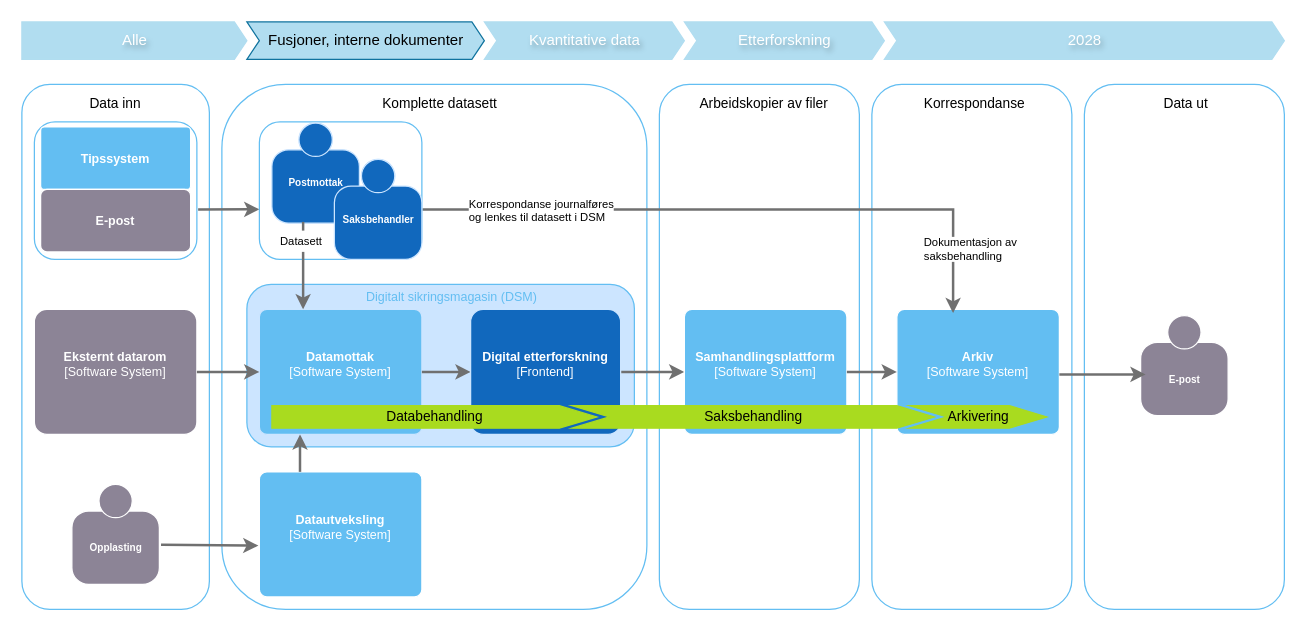
Before: page "2026 Fusjoner, interne dokumenter" (3 of 9) of dataflyt.drawio in mortenee/draw.io, a draw.io diagram. Source tidied: cells renumbered, new cells numbered last; positions are measured from the earlier drawing's top-left corner, leaving out a move shared by most shapes. Both pictures are drawn from the tidied source at 125%, with x=0, y=0 at pixel (21, 21).
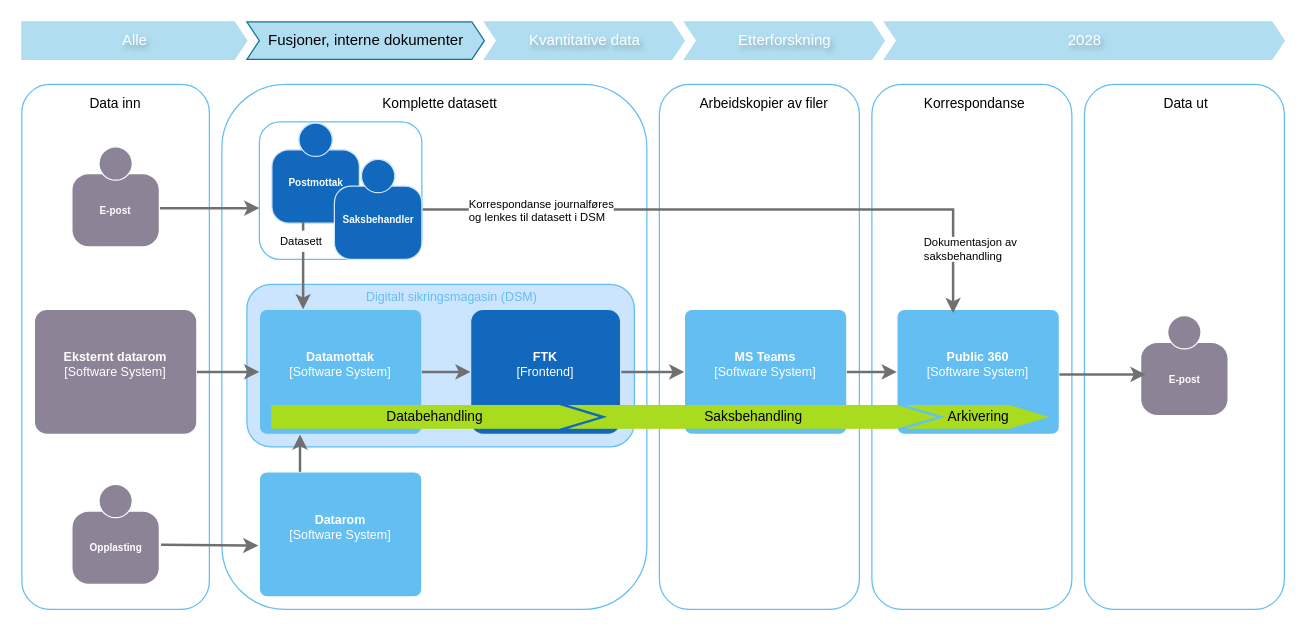
The same page after the edit.

The change refers to these unchanged cells:
```xml
<mxCell id="37" style="rounded=1;whiteSpace=wrap;html=1;labelBorderColor=none;shadow=0;strokeColor=#63BEF2;" parent="1" vertex="1">
  <mxGeometry x="190" y="80" width="130" height="110" as="geometry" />
</mxCell>
```

What changed in the source:
```diff
@@
-    <object id="7" label="&lt;b&gt;%c4Name%&lt;/b&gt;&lt;div&gt;[%c4Type%]&lt;/div&gt;&lt;br&gt;&lt;div&gt;%c4Description%&lt;/div&gt;" c4Description="" c4Name="Datautveksling" c4Type="Software System" placeholders="1">
+    <object id="7" label="&lt;b&gt;%c4Name%&lt;/b&gt;&lt;div&gt;[%c4Type%]&lt;/div&gt;&lt;br&gt;&lt;div&gt;%c4Description%&lt;/div&gt;" c4Description="" c4Name="Datarom" c4Type="Software System" placeholders="1">
       <mxCell style="rounded=1;whiteSpace=wrap;html=1;labelBackgroundColor=none;fillColor=#63BEF2;align=center;arcSize=6;strokeColor=#FFFFFF;metaData={&quot;c4Type&quot;:{&quot;editable&quot;:false}};points=[[0.25,0,0],[0.5,0,0],[0.75,0,0],[1,0.25,0],[1,0.5,0],[1,0.75,0],[0.75,1,0],[0.5,1,0],[0.25,1,0],[0,0.75,0],[0,0.5,0],[0,0.25,0]];verticalAlign=middle;fontFamily=Helvetica;fontSize=10;fontColor=#ffffff;" parent="1" vertex="1">
         <mxGeometry x="190" y="360" width="130" height="100" as="geometry" />
       </mxCell>
     </object>
@@
-    <object id="11" label="&lt;b&gt;%c4Name%&lt;/b&gt;&lt;div&gt;[%c4Type%]&lt;/div&gt;&lt;br&gt;&lt;div&gt;%c4Description%&lt;/div&gt;" c4Description="" c4Name="Samhandlingsplattform" c4Type="Software System" placeholders="1">
+    <object id="11" label="&lt;b&gt;%c4Name%&lt;/b&gt;&lt;div&gt;[%c4Type%]&lt;/div&gt;&lt;br&gt;&lt;div&gt;%c4Description%&lt;/div&gt;" c4Description="" c4Name="MS Teams" c4Type="Software System" placeholders="1">
       <mxCell style="rounded=1;whiteSpace=wrap;html=1;labelBackgroundColor=none;fillColor=#63BEF2;align=center;arcSize=6;strokeColor=#FFFFFF;metaData={&quot;c4Type&quot;:{&quot;editable&quot;:false}};points=[[0.25,0,0],[0.5,0,0],[0.75,0,0],[1,0.25,0],[1,0.5,0],[1,0.75,0],[0.75,1,0],[0.5,1,0],[0.25,1,0],[0,0.75,0],[0,0.5,0],[0,0.25,0]];verticalAlign=middle;fontFamily=Helvetica;fontSize=10;fontColor=#ffffff;" parent="1" vertex="1">
         <mxGeometry x="530" y="230" width="130" height="100" as="geometry" />
       </mxCell>
     </object>
-    <object id="12" label="&lt;b&gt;%c4Name%&lt;/b&gt;&lt;div&gt;[%c4Type%]&lt;/div&gt;&lt;br&gt;&lt;div&gt;%c4Description%&lt;/div&gt;" c4Description="" c4Name="Arkiv" c4Type="Software System" placeholders="1">
+    <object id="12" label="&lt;b&gt;%c4Name%&lt;/b&gt;&lt;div&gt;[%c4Type%]&lt;/div&gt;&lt;br&gt;&lt;div&gt;%c4Description%&lt;/div&gt;" c4Description="" c4Name="Public 360" c4Type="Software System" placeholders="1">
       <mxCell style="rounded=1;whiteSpace=wrap;html=1;labelBackgroundColor=none;fillColor=#63BEF2;align=center;arcSize=6;strokeColor=#FFFFFF;metaData={&quot;c4Type&quot;:{&quot;editable&quot;:false}};points=[[0.25,0,0],[0.5,0,0],[0.75,0,0],[1,0.25,0],[1,0.5,0],[1,0.75,0],[0.75,1,0],[0.5,1,0],[0.25,1,0],[0,0.75,0],[0,0.5,0],[0,0.25,0]];verticalAlign=middle;fontFamily=Helvetica;fontSize=10;fontColor=#ffffff;" parent="1" vertex="1">
         <mxGeometry x="700" y="230" width="130" height="100" as="geometry" />
       </mxCell>
     </object>
@@
-    <mxCell id="33" style="edgeStyle=none;rounded=0;jettySize=auto;html=1;strokeColor=#707070;strokeWidth=2;fontColor=#707070;entryX=0;entryY=0.636;entryDx=0;entryDy=0;entryPerimeter=0;" parent="1" edge="1" target="37">
-      <mxGeometry relative="1" as="geometry">
-        <mxPoint x="141" y="150" as="sourcePoint" />
-      </mxGeometry>
-    </mxCell>
@@
-    <mxCell id="38" style="rounded=1;whiteSpace=wrap;html=1;labelBorderColor=none;shadow=0;strokeColor=#63BEF2;" parent="1" vertex="1">
-      <mxGeometry x="10" y="80" width="130" height="110" as="geometry" />
-    </mxCell>
-    <object id="39" label="&lt;b&gt;%c4Name%&lt;/b&gt;&lt;div&gt;%c4Description%&lt;/div&gt;" c4Description="" c4Name="Tipssystem" placeholders="1">
-      <mxCell style="rounded=1;whiteSpace=wrap;html=1;labelBackgroundColor=none;fillColor=#63BEF2;fontColor=#ffffff;align=center;arcSize=6;strokeColor=#FFFFFF;spacingBottom=0;fontSize=10;verticalAlign=middle;fontFamily=Helvetica;" parent="1" vertex="1">
-        <mxGeometry x="15" y="84" width="120" height="50" as="geometry" />
-      </mxCell>
-    </object>
-    <object id="40" label="&lt;b&gt;%c4Name%&lt;/b&gt;&lt;div&gt;%c4Description%&lt;/div&gt;" c4Description="" c4Name="E-post" placeholders="1">
-      <mxCell style="rounded=1;whiteSpace=wrap;html=1;labelBackgroundColor=none;fillColor=#8C8496;fontColor=#ffffff;align=center;arcSize=10;strokeColor=#FFFFFF;points=[[0.25,0,0],[0.5,0,0],[0.75,0,0],[1,0.25,0],[1,0.5,0],[1,0.75,0],[0.75,1,0],[0.5,1,0],[0.25,1,0],[0,0.75,0],[0,0.5,0],[0,0.25,0]];spacingBottom=0;fontSize=10;" parent="1" vertex="1">
-        <mxGeometry x="15" y="134" width="120" height="50" as="geometry" />
-      </mxCell>
-    </object>
@@
-    <object id="46" label="&lt;font&gt;&lt;b&gt;%c4Name%&lt;/b&gt;&lt;/font&gt;&lt;div&gt;[%c4Type%]&lt;/div&gt;&lt;br&gt;&lt;div&gt;&lt;font&gt;&lt;font color=&quot;#cccccc&quot;&gt;%c4Description%&lt;/font&gt;&lt;/font&gt;&lt;/div&gt;" c4Description="" c4Name="Digital etterforskning" c4Type="Frontend" placeholders="1">
+    <object id="46" label="&lt;font&gt;&lt;b&gt;%c4Name%&lt;/b&gt;&lt;/font&gt;&lt;div&gt;[%c4Type%]&lt;/div&gt;&lt;br&gt;&lt;div&gt;&lt;font&gt;&lt;font color=&quot;#cccccc&quot;&gt;%c4Description%&lt;/font&gt;&lt;/font&gt;&lt;/div&gt;" c4Description="" c4Name="FTK" c4Type="Frontend" placeholders="1">
       <mxCell style="rounded=1;whiteSpace=wrap;html=1;labelBackgroundColor=none;fillColor=#1168BD;fontColor=#ffffff;align=center;arcSize=10;strokeColor=#CCE5FF;points=[[0.25,0,0],[0.5,0,0],[0.75,0,0],[1,0.25,0],[1,0.5,0],[1,0.75,0],[0.75,1,0],[0.5,1,0],[0.25,1,0],[0,0.75,0],[0,0.5,0],[0,0.25,0]];verticalAlign=middle;fontFamily=Helvetica;fontSize=10;spacingBottom=0;" parent="1" vertex="1">
         <mxGeometry x="359" y="230" width="120" height="100" as="geometry" />
       </mxCell>
     </object>
@@
+    <mxCell id="49" style="edgeStyle=none;rounded=0;jettySize=auto;html=1;strokeColor=#707070;strokeWidth=2;fontColor=#707070;exitX=0.943;exitY=0.613;exitDx=0;exitDy=0;exitPerimeter=0;" parent="1" edge="1" source="40">
+      <mxGeometry relative="1" as="geometry">
+        <mxPoint x="190" y="149" as="targetPoint" />
+      </mxGeometry>
+    </mxCell>
+    <object id="40" label="&lt;b&gt;%c4Name%&lt;/b&gt;&lt;div&gt;%c4Description%&lt;/div&gt;" c4Description="" c4Name="E-post" placeholders="1">
+      <mxCell style="html=1;dashed=0;whitespace=wrap;fillColor=#8C8496;strokeColor=#FFFFFF;fontColor=#ffffff;shape=mxgraph.c4.person;align=center;points=[[0.5,0,0],[1,0.5,0],[1,0.75,0],[0.75,1,0],[0.5,1,0],[0.25,1,0],[0,0.75,0],[0,0.5,0]];metaData={&quot;c4Type&quot;:{&quot;editable&quot;:false}};rounded=1;verticalAlign=middle;arcSize=10;fontFamily=Helvetica;fontSize=8;labelBackgroundColor=none;whiteSpace=wrap;" parent="1" vertex="1">
+        <mxGeometry x="40" y="100" width="70" height="80" as="geometry" />
+      </mxCell>
+    </object>
```
